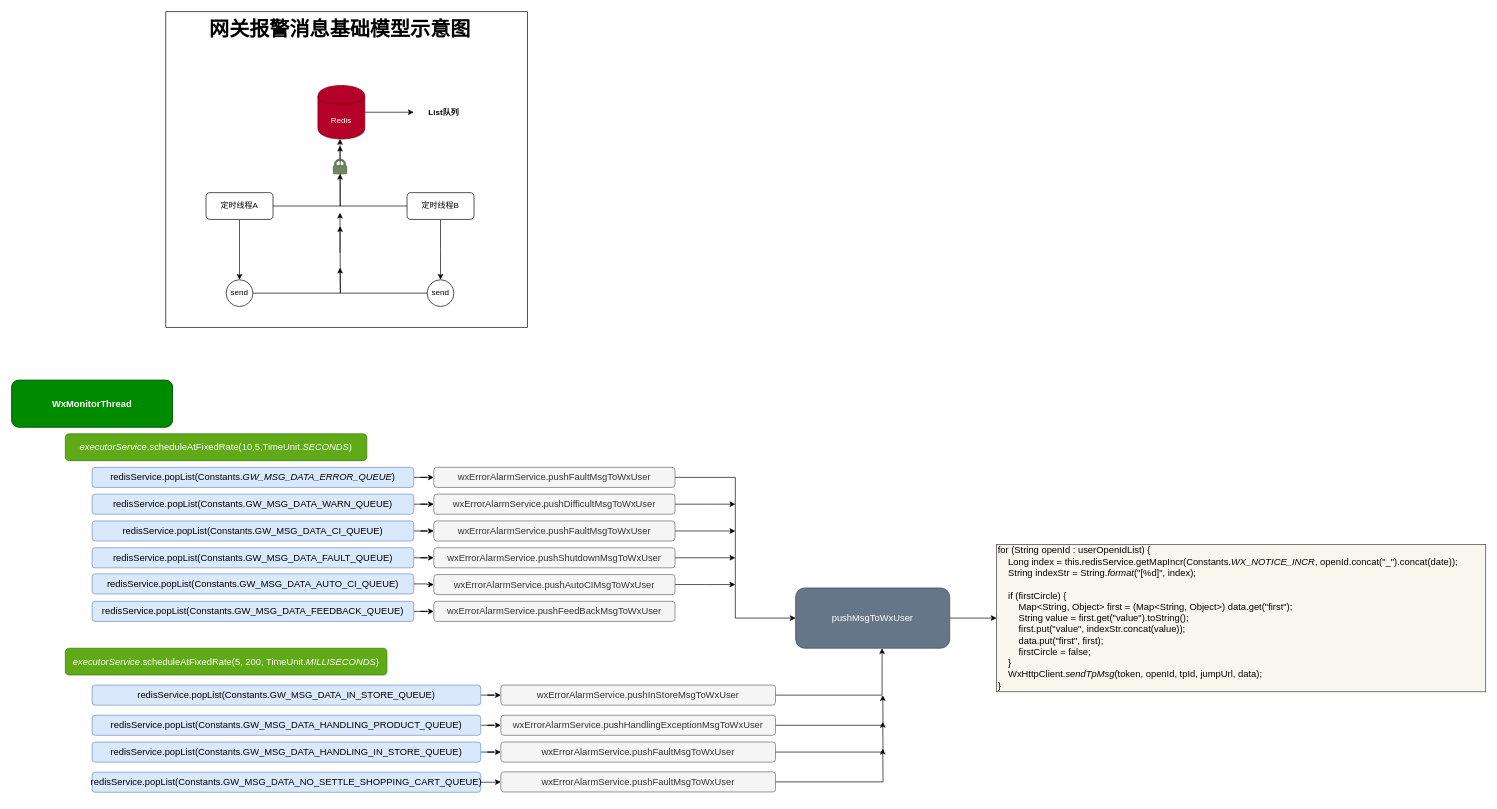
Earlier version of the draw.io diagram 网关报警消息示意图.drawio (TysonSir/draw.io). Source tidied: cells renumbered, new cells numbered last; positions are measured from the earlier drawing's top-left corner, leaving out a move shared by most shapes. Both pictures are drawn from the tidied source at 67%, with x=0, y=0 at pixel (11, 11).
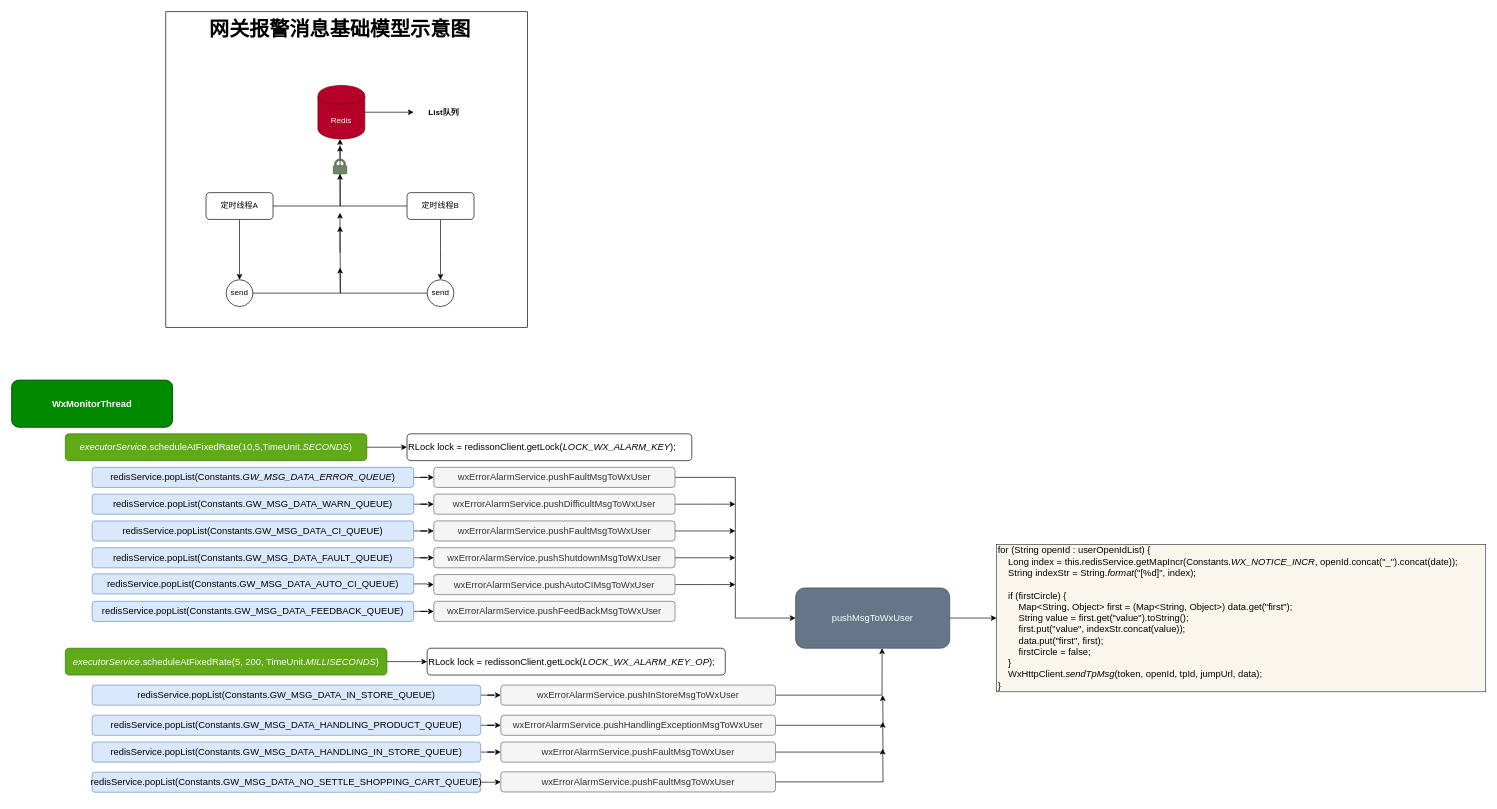
Above is the later version.

Commit message:
Update 网关报警消息示意图.drawio

Unchanged cells that the change refers to:
```xml
<mxCell id="21" value="&lt;pre style=&quot;font-family: &amp;#34;source code pro&amp;#34; ; font-size: 10.5pt&quot;&gt;&lt;span style=&quot;font-style: italic&quot;&gt;executorService&lt;/span&gt;.scheduleAtFixedRate(10,5,TimeUnit.&lt;span style=&quot;font-family: &amp;#34;source code pro&amp;#34; ; font-size: 10.5pt ; font-style: italic&quot;&gt;SECONDS&lt;/span&gt;)&lt;/pre&gt;" style="rounded=1;whiteSpace=wrap;html=1;fillColor=#60a917;strokeColor=#2D7600;fontColor=#ffffff;" parent="1" vertex="1">
  <mxGeometry x="80" y="630" width="450" height="40" as="geometry" />
</mxCell>
<mxCell id="45" value="&lt;pre style=&quot;font-family: &amp;#34;source code pro&amp;#34; ; font-size: 10.5pt&quot;&gt;&lt;span style=&quot;font-style: italic&quot;&gt;executorService&lt;/span&gt;.scheduleAtFixedRate(5&lt;span style=&quot;font-family: &amp;#34;source code pro&amp;#34; ; font-size: 10.5pt&quot;&gt;, &lt;/span&gt;&lt;span style=&quot;font-family: &amp;#34;source code pro&amp;#34; ; font-size: 10.5pt&quot;&gt;200&lt;/span&gt;&lt;span style=&quot;font-family: &amp;#34;source code pro&amp;#34; ; font-size: 10.5pt&quot;&gt;, &lt;/span&gt;&lt;span style=&quot;font-family: &amp;#34;source code pro&amp;#34; ; font-size: 10.5pt&quot;&gt;TimeUnit.&lt;/span&gt;&lt;span style=&quot;font-family: &amp;#34;source code pro&amp;#34; ; font-size: 10.5pt ; font-style: italic&quot;&gt;MILLISECONDS&lt;/span&gt;)&lt;br&gt;&lt;/pre&gt;" style="rounded=1;whiteSpace=wrap;html=1;fillColor=#60a917;strokeColor=#2D7600;fontColor=#ffffff;" parent="1" vertex="1">
  <mxGeometry x="80" y="950" width="480" height="40" as="geometry" />
</mxCell>
```

The edit, as a diff of the source:
```diff
@@
+    <mxCell id="66" style="edgeStyle=orthogonalEdgeStyle;rounded=0;jettySize=auto;html=1;" parent="1" edge="1" source="21" target="69">
+      <mxGeometry relative="1" as="geometry" />
+    </mxCell>
@@
+    <mxCell id="67" style="edgeStyle=orthogonalEdgeStyle;rounded=0;jettySize=auto;html=1;" parent="1" edge="1" source="45" target="68">
+      <mxGeometry relative="1" as="geometry" />
+    </mxCell>
@@
+    <mxCell id="68" value="&lt;pre style=&quot;font-family: &amp;#34;source code pro&amp;#34; ; font-size: 10.5pt&quot;&gt;&lt;pre style=&quot;font-family: &amp;#34;source code pro&amp;#34; ; font-size: 10.5pt&quot;&gt;RLock lock = &lt;span&gt;redissonClient&lt;/span&gt;.getLock(&lt;span style=&quot;font-style: italic&quot;&gt;LOCK_WX_ALARM_KEY_OP&lt;/span&gt;)&lt;span&gt;;&lt;/span&gt;&lt;/pre&gt;&lt;/pre&gt;" style="rounded=1;whiteSpace=wrap;html=1;align=left;" parent="1" vertex="1">
+      <mxGeometry x="620" y="950" width="445" height="40" as="geometry" />
+    </mxCell>
+    <mxCell id="69" value="&lt;pre style=&quot;font-family: &amp;#34;source code pro&amp;#34; ; font-size: 10.5pt&quot;&gt;RLock lock = &lt;span&gt;redissonClient&lt;/span&gt;.getLock(&lt;span style=&quot;font-style: italic&quot;&gt;LOCK_WX_ALARM_KEY&lt;/span&gt;)&lt;span&gt;;&lt;/span&gt;&lt;/pre&gt;" style="rounded=1;whiteSpace=wrap;html=1;align=left;" parent="1" vertex="1">
+      <mxGeometry x="590" y="630" width="425" height="40" as="geometry" />
+    </mxCell>
```
